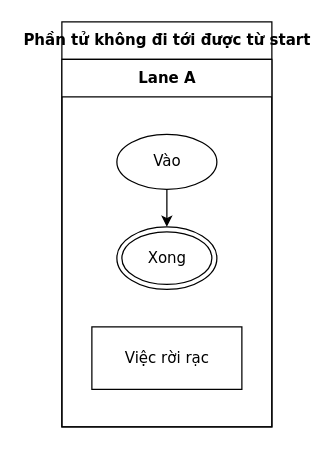
Before: conformance/golden/cases/07-rest-section.drawio in luytbq/flowcast, a draw.io diagram. Source tidied: cells renumbered, new cells numbered last; positions are measured from the earlier drawing's top-left corner, leaving out a move shared by most shapes. Both pictures are drawn from the tidied source at 125%, with x=0, y=0 at pixel (61, 21).
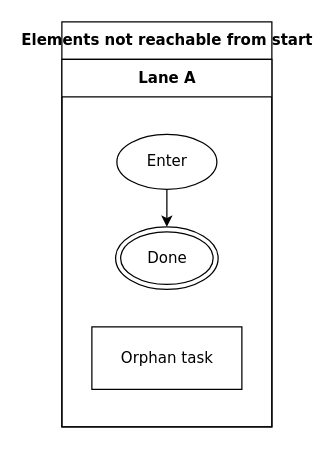
After the change.

What changed in the source:
```diff
@@
 <mxGraphModel>
   <root>
     <mxCell id="0" />
     <mxCell id="1" parent="0" />
-    <mxCell id="2" value="Phần tử không đi tới được từ start" style="swimlane;html=1;startSize=30;fontStyle=1;fontFamily=Verdana;fontSize=12;flowtable=1;" parent="1" vertex="1">
+    <mxCell id="2" value="Elements not reachable from start" style="swimlane;html=1;startSize=30;fontStyle=1;fontFamily=Verdana;fontSize=12;flowtable=1;" parent="1" vertex="1">
       <mxGeometry width="168" height="324" as="geometry" />
     </mxCell>
     <mxCell id="3" value="Lane A" style="swimlane;html=1;startSize=30;fontFamily=Verdana;fontSize=12;flowtable=1;" parent="2" vertex="1">
       <mxGeometry y="30" width="168" height="294" as="geometry" />
     </mxCell>
-    <mxCell id="4" value="Vào" style="ellipse;html=1;fontFamily=Verdana;fontSize=12;flowtable=1;" parent="3" vertex="1">
+    <mxCell id="4" value="Enter" style="ellipse;html=1;fontFamily=Verdana;fontSize=12;flowtable=1;" parent="3" vertex="1">
       <mxGeometry x="44" y="60" width="80" height="44" as="geometry" />
     </mxCell>
-    <mxCell id="5" value="Xong" style="shape=doubleEllipse;html=1;fontFamily=Verdana;fontSize=12;flowtable=1;" parent="3" vertex="1">
-      <mxGeometry x="44" y="134" width="80" height="50" as="geometry" />
+    <mxCell id="5" value="Done" style="shape=doubleEllipse;html=1;fontFamily=Verdana;fontSize=12;flowtable=1;" parent="3" vertex="1">
+      <mxGeometry x="43" y="134" width="82" height="50" as="geometry" />
     </mxCell>
-    <mxCell id="6" value="Việc rời rạc" style="rounded=0;html=1;fontFamily=Verdana;fontSize=12;flowtable=1;" parent="3" vertex="1">
+    <mxCell id="6" value="Orphan task" style="rounded=0;html=1;fontFamily=Verdana;fontSize=12;flowtable=1;" parent="3" vertex="1">
       <mxGeometry x="24" y="214" width="120" height="50" as="geometry" />
     </mxCell>
     <mxCell id="7" style="edgeStyle=orthogonalEdgeStyle;rounded=0;jettySize=auto;html=1;labelBackgroundColor=default;exitX=0.5;exitY=1;exitDx=0;exitDy=0;entryX=0.5;entryY=0;entryDx=0;entryDy=0;fontFamily=Verdana;fontSize=12;flowtable=1;" parent="2" edge="1" source="4" target="5">
       <mxGeometry relative="1" as="geometry" />
     </mxCell>
   </root>
 </mxGraphModel>
```
